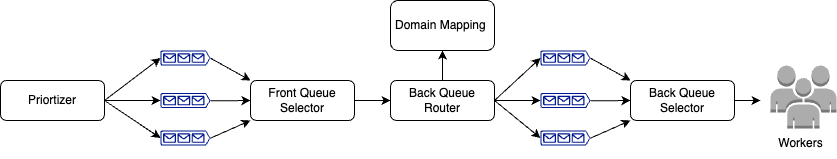
Earlier version of the draw.io export images/URLfrontier.png (muskan70/HLDSolutions). Source tidied: cells renumbered, new cells last; positions are measured from the earlier drawing's top-left corner, leaving out a move shared by most shapes.
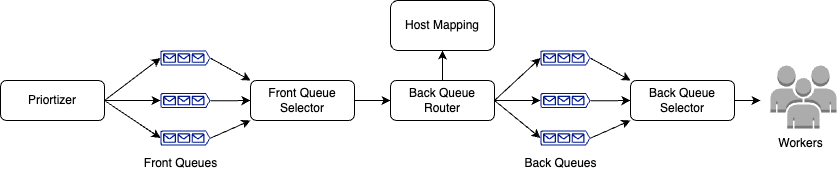
Above is the later version.

Commit message:
web crawler design completed

Change to the diagram source:
```diff
@@ -80,7 +80,7 @@
     <mxCell id="25" style="endArrow=classic;html=1;rounded=0;exitX=1;exitY=0.5;exitDx=0;exitDy=0;entryX=0;entryY=0.5;entryDx=0;entryDy=0;entryPerimeter=0;" parent="1" edge="1" source="7" target="18">
       <mxGeometry relative="1" as="geometry" />
     </mxCell>
-    <mxCell id="26" value="Domain Mapping&lt;span style=&quot;background-color: transparent; color: light-dark(rgb(0, 0, 0), rgb(255, 255, 255));&quot;&gt;&amp;nbsp;&lt;/span&gt;" style="rounded=1;whiteSpace=wrap;html=1;" parent="1" vertex="1">
+    <mxCell id="26" value="Host Mapping" style="rounded=1;whiteSpace=wrap;html=1;" parent="1" vertex="1">
       <mxGeometry x="390" width="104" height="50" as="geometry" />
     </mxCell>
     <mxCell id="27" style="endArrow=classic;html=1;rounded=0;exitX=0.5;exitY=0;exitDx=0;exitDy=0;entryX=0.5;entryY=1;entryDx=0;entryDy=0;" parent="1" edge="1" source="7" target="26">
@@ -92,5 +92,11 @@
     <mxCell id="29" value="Workers" style="text;html=1;align=center;verticalAlign=middle;strokeColor=none;fillColor=none;" parent="1" vertex="1">
       <mxGeometry x="765" y="128" width="70" height="30" as="geometry" />
     </mxCell>
+    <mxCell id="30" value="Front Queues" style="text;html=1;align=center;verticalAlign=middle;strokeColor=none;fillColor=none;" parent="1" vertex="1">
+      <mxGeometry x="130" y="148" width="100" height="30" as="geometry" />
+    </mxCell>
+    <mxCell id="31" value="Back Queues" style="text;html=1;align=center;verticalAlign=middle;strokeColor=none;fillColor=none;" parent="1" vertex="1">
+      <mxGeometry x="510" y="148" width="100" height="30" as="geometry" />
+    </mxCell>
   </root>
 </mxGraphModel>
```
